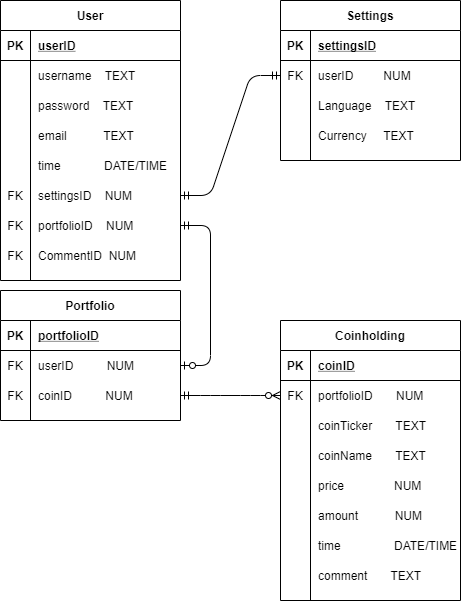
Martijncvv/cryptocurrency_portfolio_project keeps this draw.io diagram as doc/cryptofolio_UML.png. Above is the earlier version. Source tidied: cells renumbered, new cells last; positions are measured from the earlier drawing's top-left corner, leaving out a move shared by most shapes.
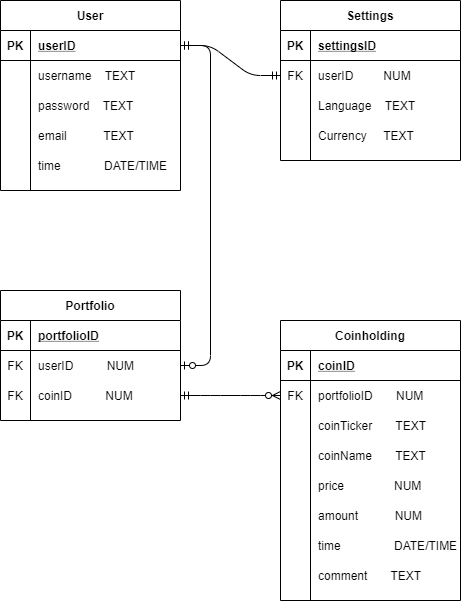
After the change.

What changed in the source:
```diff
@@ -3,7 +3,7 @@
     <mxCell id="0" />
     <mxCell id="1" parent="0" />
     <mxCell id="2" value="User" style="shape=table;startSize=30;rowLines=0;fontStyle=1;align=center;" parent="1" vertex="1">
-      <mxGeometry width="180" height="280" as="geometry" />
+      <mxGeometry width="180" height="190" as="geometry" />
     </mxCell>
     <mxCell id="3" style="shape=partialRectangle;fillColor=none;top=0;left=0;bottom=1;right=0;points=[[0,0.5],[1,0.5]];portConstraint=eastwest;" parent="2" vertex="1">
       <mxGeometry y="30" width="180" height="30" as="geometry" />
@@ -50,33 +50,6 @@
     <mxCell id="17" value="time             DATE/TIME" style="shape=partialRectangle;fillColor=none;top=0;left=0;bottom=0;right=0;align=left;spacingLeft=6;overflow=hidden;" parent="15" vertex="1">
       <mxGeometry x="30" width="150" height="30" as="geometry" />
     </mxCell>
-    <mxCell id="18" style="shape=partialRectangle;fillColor=none;top=0;left=0;bottom=0;right=0;points=[[0,0.5],[1,0.5]];portConstraint=eastwest;" parent="2" vertex="1">
-      <mxGeometry y="180" width="180" height="30" as="geometry" />
-    </mxCell>
-    <mxCell id="19" value="FK" style="shape=partialRectangle;fillColor=none;top=0;left=0;bottom=0;right=0;overflow=hidden;" parent="18" vertex="1">
-      <mxGeometry width="30" height="30" as="geometry" />
-    </mxCell>
-    <mxCell id="20" value="settingsID    NUM" style="shape=partialRectangle;fillColor=none;top=0;left=0;bottom=0;right=0;align=left;spacingLeft=6;overflow=hidden;" parent="18" vertex="1">
-      <mxGeometry x="30" width="150" height="30" as="geometry" />
-    </mxCell>
-    <mxCell id="21" style="shape=partialRectangle;fillColor=none;top=0;left=0;bottom=0;right=0;points=[[0,0.5],[1,0.5]];portConstraint=eastwest;" parent="2" vertex="1">
-      <mxGeometry y="210" width="180" height="30" as="geometry" />
-    </mxCell>
-    <mxCell id="22" value="FK" style="shape=partialRectangle;fillColor=none;top=0;left=0;bottom=0;right=0;overflow=hidden;" parent="21" vertex="1">
-      <mxGeometry width="30" height="30" as="geometry" />
-    </mxCell>
-    <mxCell id="23" value="portfolioID    NUM" style="shape=partialRectangle;fillColor=none;top=0;left=0;bottom=0;right=0;align=left;spacingLeft=6;overflow=hidden;" parent="21" vertex="1">
-      <mxGeometry x="30" width="150" height="30" as="geometry" />
-    </mxCell>
-    <mxCell id="24" style="shape=partialRectangle;fillColor=none;top=0;left=0;bottom=0;right=0;" parent="2" vertex="1">
-      <mxGeometry y="240" width="180" height="30" as="geometry" />
-    </mxCell>
-    <mxCell id="25" value="FK" style="shape=partialRectangle;fillColor=none;top=0;left=0;bottom=0;right=0;overflow=hidden;" parent="24" vertex="1">
-      <mxGeometry width="30" height="30" as="geometry" />
-    </mxCell>
-    <mxCell id="26" value="CommentID  NUM" style="shape=partialRectangle;fillColor=none;top=0;left=0;bottom=0;right=0;align=left;spacingLeft=6;overflow=hidden;" parent="24" vertex="1">
-      <mxGeometry x="30" width="150" height="30" as="geometry" />
-    </mxCell>
     <mxCell id="27" value="Coinholding" style="shape=table;startSize=30;rowLines=0;fontStyle=1;align=center;" parent="1" vertex="1">
       <mxGeometry x="280" y="320" width="180" height="280" as="geometry" />
     </mxCell>
@@ -191,7 +164,7 @@
     <mxCell id="64" value="Currency     TEXT" style="shape=partialRectangle;fillColor=none;top=0;left=0;bottom=0;right=0;align=left;spacingLeft=6;overflow=hidden;" parent="62" vertex="1">
       <mxGeometry x="30" width="150" height="30" as="geometry" />
     </mxCell>
-    <mxCell id="65" style="edgeStyle=entityRelationEdgeStyle;fontSize=12;html=1;endArrow=ERmandOne;startArrow=ERmandOne;" parent="1" edge="1" source="18" target="56">
+    <mxCell id="65" style="edgeStyle=entityRelationEdgeStyle;fontSize=12;html=1;endArrow=ERmandOne;startArrow=ERmandOne;exitX=1;exitY=0.5;exitDx=0;exitDy=0;" parent="1" edge="1" source="3" target="56">
       <mxGeometry relative="1" as="geometry" />
     </mxCell>
     <mxCell id="66" value="Portfolio" style="shape=table;startSize=30;rowLines=0;fontStyle=1;align=center;" parent="1" vertex="1">
@@ -224,7 +197,7 @@
     <mxCell id="75" value="coinID          NUM" style="shape=partialRectangle;fillColor=none;top=0;left=0;bottom=0;right=0;align=left;spacingLeft=6;overflow=hidden;" parent="73" vertex="1">
       <mxGeometry x="30" width="150" height="30" as="geometry" />
     </mxCell>
-    <mxCell id="76" style="edgeStyle=entityRelationEdgeStyle;fontSize=12;html=1;endArrow=ERzeroToOne;startArrow=ERmandOne;" parent="1" edge="1" source="21" target="70">
+    <mxCell id="76" style="edgeStyle=entityRelationEdgeStyle;fontSize=12;html=1;endArrow=ERzeroToOne;startArrow=ERmandOne;" parent="1" edge="1" source="3" target="70">
       <mxGeometry relative="1" as="geometry" />
     </mxCell>
     <mxCell id="77" style="edgeStyle=entityRelationEdgeStyle;fontSize=12;html=1;endArrow=ERzeroToMany;startArrow=ERmandOne;" parent="1" edge="1" source="73" target="31">
```
